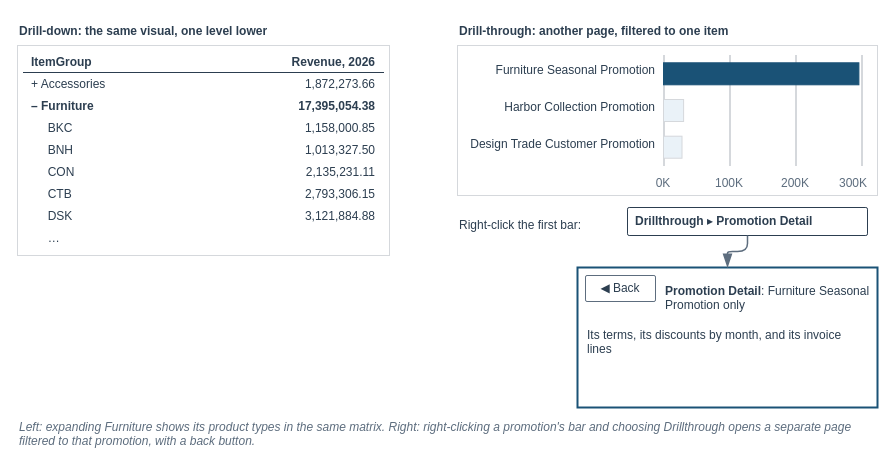
This is visuals/src/fig-15-02-drill-down-through.drawio from mmcodesso/Accounting_Analytics_Book, a draw.io file, before an edit. Source tidied: cells renumbered, new cells numbered last; positions are measured from the earlier drawing's top-left corner, leaving out a move shared by most shapes. Both pictures are drawn from the tidied source at 100%, with x=0, y=0 at pixel (17, 17).
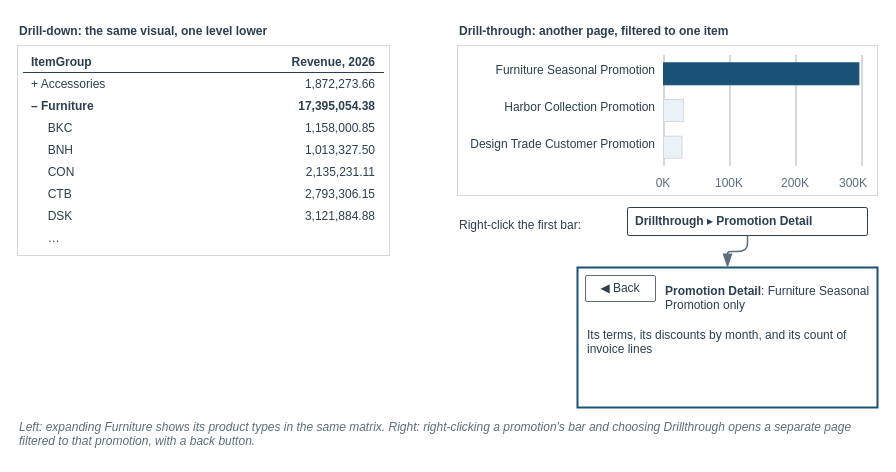
The same diagram, later.

Change to the diagram source:
```diff
@@
-    <mxCell id="45" value="Its terms, its discounts by month, and its invoice lines" style="text;html=1;whiteSpace=wrap;align=left;verticalAlign=top;fontSize=12;fontColor=#2C3E50;fontStyle=0;fontFamily=Helvetica;spacing=2;fillColor=none;strokeColor=none;" parent="1" vertex="1">
+    <mxCell id="45" value="Its terms, its discounts by month, and its count of invoice lines" style="text;html=1;whiteSpace=wrap;align=left;verticalAlign=top;fontSize=12;fontColor=#2C3E50;fontStyle=0;fontFamily=Helvetica;spacing=2;fillColor=none;strokeColor=none;" parent="1" vertex="1">
       <mxGeometry x="568" y="304" width="284" height="60" as="geometry" />
     </mxCell>
```
